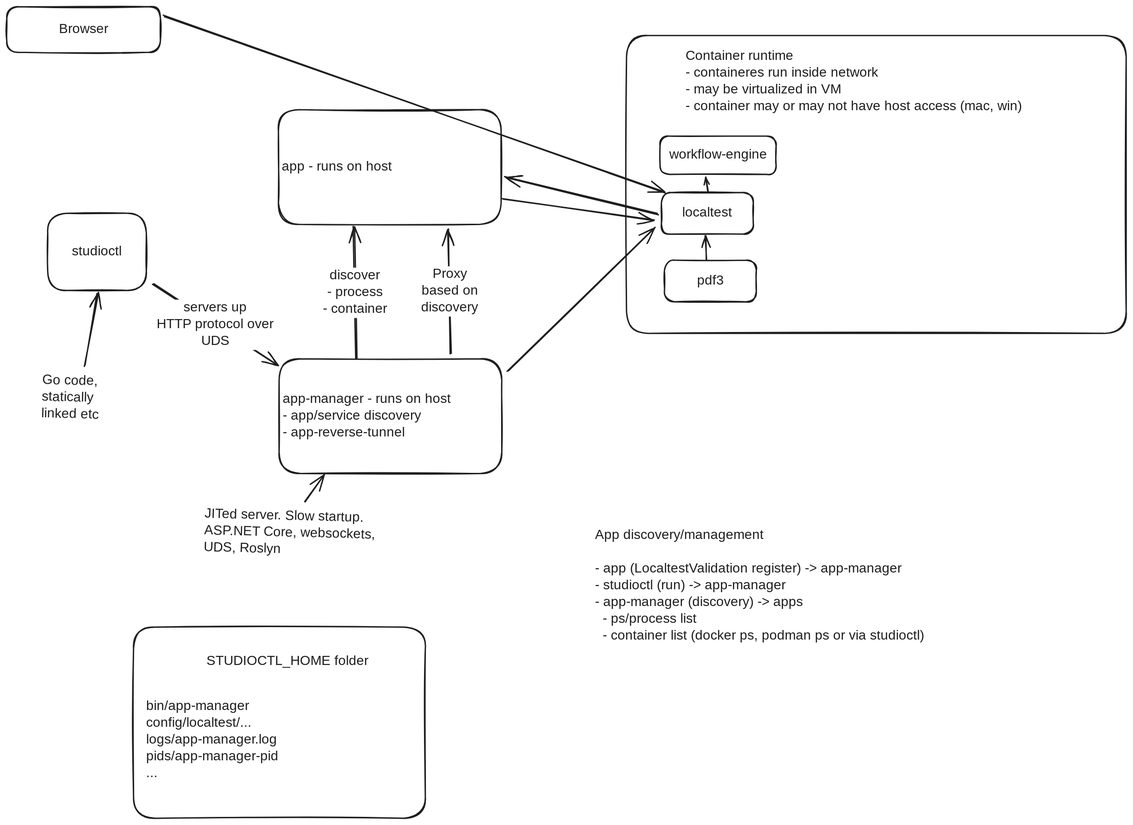
Altinn/altinn-studio keeps this Excalidraw diagram as docs/diagrams/studioctl.excalidraw.svg. Above is the earlier version. Source tidied: one line per element, renumbered; positions are measured from the earlier drawing's top-left corner, leaving out a move shared by most shapes.
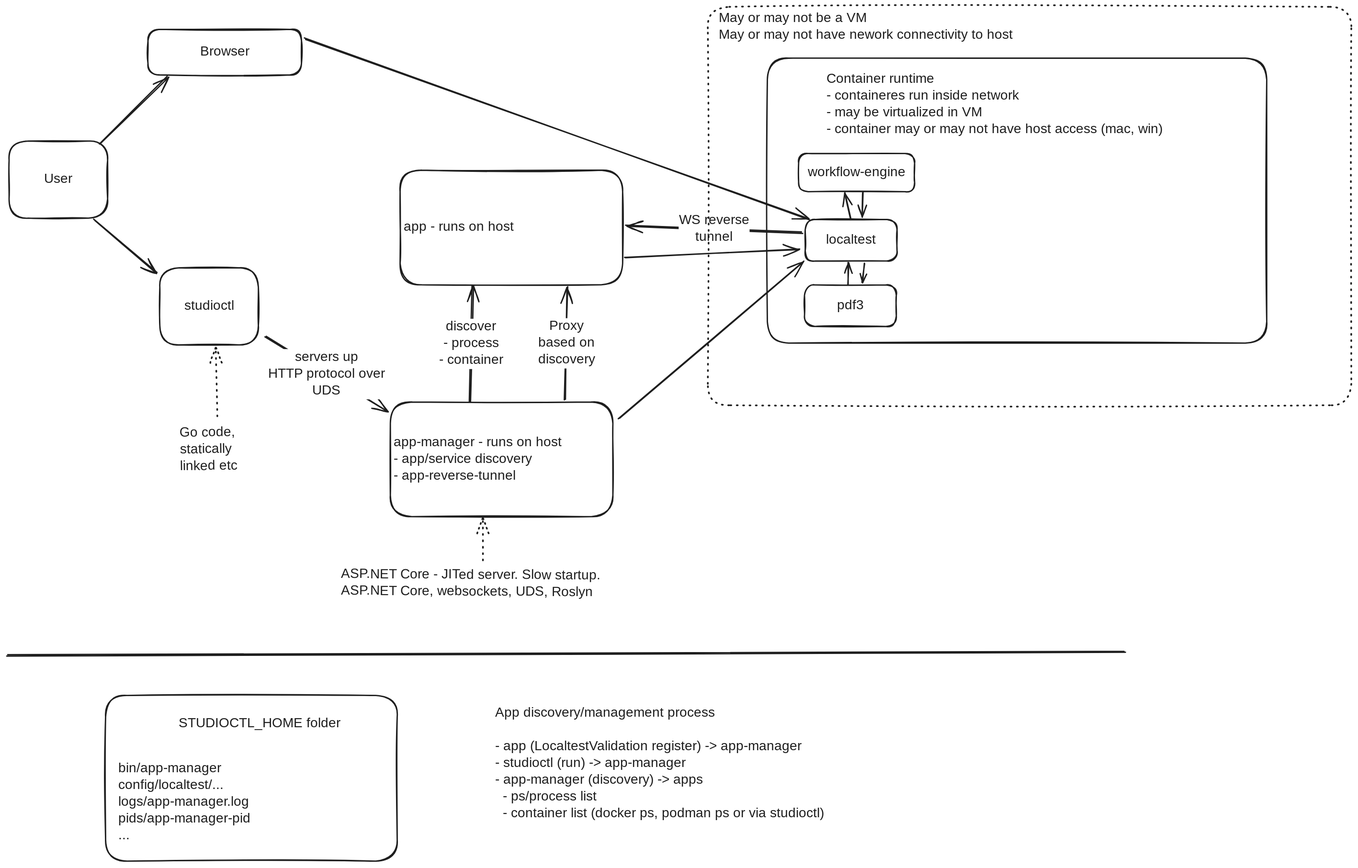
Later version of the same file.

Commit message:
update studioctl diagram

The edit, as a diff of the source:
```diff
@@ -1,36 +1,46 @@
+{"id": 36, "type": "rectangle", "strokeColor": "#1e1e1e", "strokeWidth": 2, "strokeStyle": "dotted", "roughness": 1, "round": true, "x": 835, "y": -34, "width": 960, "height": 594}
+{"id": 37, "type": "text", "text": "  May or may not be a VM\n  May or may not have nework connectivity to host", "strokeColor": "#1e1e1e", "strokeWidth": 2, "strokeStyle": "dotted", "roughness": 1, "fontSize": 20, "fontFamily": 5, "inside": 36, "x": 840, "y": -29, "width": 502, "height": 50}
-{"id": 0, "type": "rectangle", "strokeColor": "#1e1e1e", "strokeWidth": 2, "roughness": 1, "round": true, "x": 61, "y": 308, "width": 147, "height": 115}
+{"id": 0, "type": "rectangle", "strokeColor": "#1e1e1e", "strokeWidth": 2, "roughness": 1, "round": true, "x": 18, "y": 356, "width": 147, "height": 115}
-{"id": 1, "type": "text", "text": "studioctl", "strokeColor": "#1e1e1e", "strokeWidth": 2, "roughness": 1, "fontSize": 20, "fontFamily": 5, "textAlign": "center", "verticalAlign": "middle", "inside": 0, "x": 91, "y": 353, "width": 87, "height": 25}
+{"id": 1, "type": "text", "text": "studioctl", "strokeColor": "#1e1e1e", "strokeWidth": 2, "roughness": 1, "fontSize": 20, "fontFamily": 5, "textAlign": "center", "verticalAlign": "middle", "inside": 0, "x": 47, "y": 401, "width": 87, "height": 25}
-{"id": 2, "type": "rectangle", "strokeColor": "#1e1e1e", "strokeWidth": 2, "roughness": 1, "round": true, "x": 189, "y": 925, "width": 435, "height": 285}
+{"id": 2, "type": "rectangle", "strokeColor": "#1e1e1e", "strokeWidth": 2, "roughness": 1, "round": true, "x": -63, "y": 994, "width": 435, "height": 247}
-{"id": 3, "type": "text", "text": "STUDIOCTL_HOME folder", "strokeColor": "#1e1e1e", "strokeWidth": 2, "roughness": 1, "fontSize": 20, "fontFamily": 5, "x": 298, "y": 964, "width": 262, "height": 25}
+{"id": 3, "type": "text", "text": "STUDIOCTL_HOME folder", "strokeColor": "#1e1e1e", "strokeWidth": 2, "roughness": 1, "fontSize": 20, "fontFamily": 5, "x": 46, "y": 1024, "width": 262, "height": 25}
-{"id": 4, "type": "text", "text": "bin/app-manager\nconfig/localtest/...\nlogs/app-manager.log\npids/app-manager-pid\n...", "strokeColor": "#1e1e1e", "strokeWidth": 2, "roughness": 1, "fontSize": 20, "fontFamily": 5, "x": 208, "y": 1031, "width": 203, "height": 125}
+{"id": 4, "type": "text", "text": "bin/app-manager\nconfig/localtest/...\nlogs/app-manager.log\npids/app-manager-pid\n...", "strokeColor": "#1e1e1e", "strokeWidth": 2, "roughness": 1, "fontSize": 20, "fontFamily": 5, "x": -44, "y": 1091, "width": 203, "height": 125}
-{"id": 5, "type": "text", "text": "Go code,\nstatically\nlinked etc", "strokeColor": "#1e1e1e", "angle": 0.03, "strokeWidth": 2, "roughness": 1, "fontSize": 20, "fontFamily": 5, "x": 52, "y": 546, "width": 115, "height": 75}
+{"id": 5, "type": "text", "text": "Go code,\nstatically\nlinked etc", "strokeColor": "#1e1e1e", "angle": 6.27, "strokeWidth": 2, "roughness": 1, "fontSize": 20, "fontFamily": 5, "x": 48, "y": 589, "width": 115, "height": 75}
-{"id": 6, "type": "arrow", "strokeColor": "#1e1e1e", "strokeWidth": 2, "roughness": 1, "endArrowhead": "arrow", "round": true, "from": 5, "to": 0, "x": 116, "y": 535, "width": 19, "height": 108, "points": [[0, 0], [19, -108]]}
+{"id": 6, "type": "arrow", "strokeColor": "#1e1e1e", "strokeWidth": 2, "strokeStyle": "dotted", "roughness": 1, "endArrowhead": "arrow", "round": true, "from": 5, "to": 0, "x": 103, "y": 578, "width": 1, "height": 105, "points": [[0, 0], [-1, -105]]}
-{"id": 7, "type": "rectangle", "strokeColor": "#1e1e1e", "strokeWidth": 2, "roughness": 1, "round": true, "x": 406, "y": 525, "width": 332, "height": 171}
+{"id": 7, "type": "rectangle", "strokeColor": "#1e1e1e", "strokeWidth": 2, "roughness": 1, "round": true, "x": 362, "y": 556, "width": 332, "height": 171}
-{"id": 8, "type": "text", "text": "app-manager - runs on host\n- app/service discovery\n- app-reverse-tunnel", "strokeColor": "#1e1e1e", "strokeWidth": 2, "roughness": 1, "fontSize": 20, "fontFamily": 5, "verticalAlign": "middle", "inside": 7, "x": 411, "y": 573, "width": 267, "height": 75}
+{"id": 8, "type": "text", "text": "app-manager - runs on host\n- app/service discovery\n- app-reverse-tunnel", "strokeColor": "#1e1e1e", "strokeWidth": 2, "roughness": 1, "fontSize": 20, "fontFamily": 5, "verticalAlign": "middle", "inside": 7, "x": 367, "y": 604, "width": 267, "height": 75}
-{"id": 9, "type": "arrow", "strokeColor": "#1e1e1e", "strokeWidth": 2, "roughness": 1, "endArrowhead": "arrow", "round": true, "from": 0, "to": 7, "x": 218, "y": 414, "width": 186, "height": 121, "points": [[0, 0], [186, 121]]}
+{"id": 9, "type": "arrow", "strokeColor": "#1e1e1e", "strokeWidth": 2, "roughness": 1, "endArrowhead": "arrow", "round": true, "from": 0, "to": 7, "x": 175, "y": 459, "width": 182, "height": 112, "points": [[0, 0], [182, 112]]}
 {"id": 10, "type": "text", "text": "servers up\nHTTP protocol over\nUDS", "strokeColor": "#1e1e1e", "strokeWidth": 2, "roughness": 1, "fontSize": 20, "fontFamily": 5, "textAlign": "center", "verticalAlign": "middle", "inside": 9, "x": 198, "y": 442, "width": 198, "height": 75}
-{"id": 11, "type": "text", "text": "JITed server. Slow startup.\nASP.NET Core, websockets,\nUDS, Roslyn", "strokeColor": "#1e1e1e", "angle": 0.03, "strokeWidth": 2, "roughness": 1, "fontSize": 20, "fontFamily": 5, "x": 294, "y": 747, "width": 273, "height": 75}
+{"id": 11, "type": "text", "text": "ASP.NET Core - JITed server. Slow startup.\nASP.NET Core, websockets, UDS, Roslyn", "strokeColor": "#1e1e1e", "angle": 0.01, "strokeWidth": 2, "roughness": 1, "fontSize": 20, "fontFamily": 5, "x": 288, "y": 802, "width": 478, "height": 50}
-{"id": 12, "type": "arrow", "strokeColor": "#1e1e1e", "strokeWidth": 2, "roughness": 1, "endArrowhead": "arrow", "round": true, "from": 11, "to": 7, "x": 445, "y": 738, "width": 29, "height": 41, "points": [[0, 0], [29, -41]]}
+{"id": 12, "type": "arrow", "strokeColor": "#1e1e1e", "strokeWidth": 2, "strokeStyle": "dotted", "roughness": 1, "endArrowhead": "arrow", "round": true, "from": 11, "to": 7, "x": 500, "y": 793, "width": 0, "height": 64, "points": [[0, 0], [0, -64]]}
-{"id": 13, "type": "rectangle", "strokeColor": "#1e1e1e", "strokeWidth": 2, "roughness": 1, "round": true, "x": 924, "y": 43, "width": 745, "height": 444}
+{"id": 13, "type": "rectangle", "strokeColor": "#1e1e1e", "strokeWidth": 2, "roughness": 1, "round": true, "x": 924, "y": 43, "width": 745, "height": 425}
 {"id": 14, "type": "text", "text": "Container runtime\n- containeres run inside network\n- may be virtualized in VM\n- container may or may not have host access (mac, win)", "strokeColor": "#1e1e1e", "strokeWidth": 2, "roughness": 1, "fontSize": 20, "fontFamily": 5, "x": 1012, "y": 62, "width": 542, "height": 100}
-{"id": 15, "type": "rectangle", "strokeColor": "#1e1e1e", "strokeWidth": 2, "roughness": 1, "round": true, "x": 405, "y": 154, "width": 332, "height": 171}
+{"id": 15, "type": "rectangle", "strokeColor": "#1e1e1e", "strokeWidth": 2, "roughness": 1, "round": true, "x": 376, "y": 210, "width": 332, "height": 171}
-{"id": 16, "type": "text", "text": "app - runs on host", "strokeColor": "#1e1e1e", "strokeWidth": 2, "roughness": 1, "fontSize": 20, "fontFamily": 5, "verticalAlign": "middle", "inside": 15, "x": 410, "y": 226, "width": 182, "height": 25}
+{"id": 16, "type": "text", "text": "app - runs on host", "strokeColor": "#1e1e1e", "strokeWidth": 2, "roughness": 1, "fontSize": 20, "fontFamily": 5, "verticalAlign": "middle", "inside": 15, "x": 381, "y": 283, "width": 182, "height": 25}
-{"id": 17, "type": "rectangle", "strokeColor": "#1e1e1e", "strokeWidth": 2, "roughness": 1, "round": true, "x": 976, "y": 277, "width": 137, "height": 62}
+{"id": 17, "type": "rectangle", "strokeColor": "#1e1e1e", "strokeWidth": 2, "roughness": 1, "round": true, "x": 980, "y": 284, "width": 137, "height": 62}
-{"id": 18, "type": "text", "text": "localtest", "strokeColor": "#1e1e1e", "strokeWidth": 2, "roughness": 1, "fontSize": 20, "fontFamily": 5, "textAlign": "center", "verticalAlign": "middle", "inside": 17, "x": 1001, "y": 296, "width": 86, "height": 25}
+{"id": 18, "type": "text", "text": "localtest", "strokeColor": "#1e1e1e", "strokeWidth": 2, "roughness": 1, "fontSize": 20, "fontFamily": 5, "textAlign": "center", "verticalAlign": "middle", "inside": 17, "x": 1006, "y": 302, "width": 86, "height": 25}
-{"id": 19, "type": "rectangle", "strokeColor": "#1e1e1e", "strokeWidth": 2, "roughness": 1, "round": true, "x": 980, "y": 378, "width": 137, "height": 62}
+{"id": 19, "type": "rectangle", "strokeColor": "#1e1e1e", "strokeWidth": 2, "roughness": 1, "round": true, "x": 979, "y": 381, "width": 137, "height": 62}
-{"id": 20, "type": "text", "text": "pdf3", "strokeColor": "#1e1e1e", "strokeWidth": 2, "roughness": 1, "fontSize": 20, "fontFamily": 5, "textAlign": "center", "verticalAlign": "middle", "inside": 19, "x": 1027, "y": 396, "width": 45, "height": 25}
+{"id": 20, "type": "text", "text": "pdf3", "strokeColor": "#1e1e1e", "strokeWidth": 2, "roughness": 1, "fontSize": 20, "fontFamily": 5, "textAlign": "center", "verticalAlign": "middle", "inside": 19, "x": 1025, "y": 400, "width": 45, "height": 25}
-{"id": 21, "type": "arrow", "strokeColor": "#1e1e1e", "strokeWidth": 2, "roughness": 1, "endArrowhead": "arrow", "round": true, "from": 19, "to": 17, "x": 1043, "y": 378, "width": 2, "height": 36, "points": [[0, 0], [-2, -36]]}
+{"id": 21, "type": "arrow", "strokeColor": "#1e1e1e", "strokeWidth": 2, "roughness": 1, "endArrowhead": "arrow", "round": true, "from": 19, "to": 17, "x": 1044, "y": 381, "width": 0, "height": 33, "points": [[0, 0], [0, -33]]}
-{"id": 22, "type": "arrow", "strokeColor": "#1e1e1e", "strokeWidth": 2, "roughness": 1, "endArrowhead": "arrow", "round": true, "from": 17, "to": 15, "x": 971, "y": 309, "width": 227, "height": 55, "points": [[0, 0], [-227, -55]]}
+{"id": 22, "type": "arrow", "strokeColor": "#1e1e1e", "strokeWidth": 2, "roughness": 1, "endArrowhead": "arrow", "round": true, "from": 17, "to": 15, "x": 976, "y": 303, "width": 262, "height": 11, "points": [[0, 0], [-262, -11]]}
+{"id": 38, "type": "text", "text": "WS reverse\ntunnel", "strokeColor": "#1e1e1e", "strokeWidth": 2, "roughness": 1, "fontSize": 20, "fontFamily": 5, "textAlign": "center", "verticalAlign": "middle", "inside": 22, "x": 804, "y": 256, "width": 106, "height": 50}
 {"id": 23, "type": "rectangle", "strokeColor": "#1e1e1e", "strokeWidth": 2, "roughness": 1, "round": true, "x": 0, "y": 0, "width": 229, "height": 68}
 {"id": 24, "type": "text", "text": "Browser", "strokeColor": "#1e1e1e", "strokeWidth": 2, "roughness": 1, "fontSize": 20, "fontFamily": 5, "textAlign": "center", "verticalAlign": "middle", "inside": 23, "x": 75, "y": 22, "width": 79, "height": 25}
-{"id": 25, "type": "arrow", "strokeColor": "#1e1e1e", "strokeWidth": 2, "roughness": 1, "endArrowhead": "arrow", "round": true, "from": 23, "to": 17, "x": 234, "y": 13, "width": 748, "height": 264, "points": [[0, 0], [748, 264]]}
+{"id": 25, "type": "arrow", "strokeColor": "#1e1e1e", "strokeWidth": 2, "roughness": 1, "endArrowhead": "arrow", "round": true, "from": 23, "to": 17, "x": 234, "y": 13, "width": 753, "height": 270, "points": [[0, 0], [753, 270]]}
-{"id": 26, "type": "arrow", "strokeColor": "#1e1e1e", "strokeWidth": 2, "roughness": 1, "endArrowhead": "arrow", "round": true, "from": 7, "to": 15, "x": 521, "y": 525, "width": 3, "height": 196, "points": [[0, 0], [-3, -196]]}
+{"id": 26, "type": "arrow", "strokeColor": "#1e1e1e", "strokeWidth": 2, "roughness": 1, "endArrowhead": "arrow", "round": true, "from": 7, "to": 15, "x": 480, "y": 556, "width": 4, "height": 173, "points": [[0, 0], [4, -173]]}
 {"id": 27, "type": "text", "text": "discover\n- process\n- container", "strokeColor": "#1e1e1e", "strokeWidth": 2, "roughness": 1, "fontSize": 20, "fontFamily": 5, "textAlign": "center", "verticalAlign": "middle", "inside": 26, "x": 517, "y": 373, "width": 106, "height": 75}
-{"id": 28, "type": "arrow", "strokeColor": "#1e1e1e", "strokeWidth": 2, "roughness": 1, "endArrowhead": "arrow", "round": true, "from": 7, "to": 17, "x": 746, "y": 543, "width": 221, "height": 214, "points": [[0, 0], [221, -214]]}
+{"id": 28, "type": "arrow", "strokeColor": "#1e1e1e", "strokeWidth": 2, "roughness": 1, "endArrowhead": "arrow", "round": true, "from": 7, "to": 17, "x": 702, "y": 580, "width": 277, "height": 235, "points": [[0, 0], [277, -235]]}
-{"id": 29, "type": "arrow", "strokeColor": "#1e1e1e", "strokeWidth": 2, "roughness": 1, "endArrowhead": "arrow", "round": true, "from": 7, "to": 15, "x": 662, "y": 517, "width": 3, "height": 185, "points": [[0, 0], [-3, -185]]}
+{"id": 29, "type": "arrow", "strokeColor": "#1e1e1e", "strokeWidth": 2, "roughness": 1, "endArrowhead": "arrow", "round": true, "from": 7, "to": 15, "x": 622, "y": 552, "width": 5, "height": 168, "points": [[0, 0], [5, -168]]}
 {"id": 30, "type": "text", "text": "Proxy\nbased on\ndiscovery", "strokeColor": "#1e1e1e", "strokeWidth": 2, "roughness": 1, "fontSize": 20, "fontFamily": 5, "textAlign": "center", "verticalAlign": "middle", "inside": 29, "x": 616, "y": 387, "width": 90, "height": 75}
-{"id": 31, "type": "text", "text": "App discovery/management\n\n- app (LocaltestValidation register) -> app-manager\n- studioctl (run) -> app-manager\n- app-manager (discovery) -> apps\n  - ps/process list\n  - container list (docker ps, podman ps or via studioctl)", "strokeColor": "#1e1e1e", "strokeWidth": 2, "roughness": 1, "fontSize": 20, "fontFamily": 5, "x": 877, "y": 776, "width": 551, "height": 175}
+{"id": 31, "type": "text", "text": "App discovery/management process\n\n- app (LocaltestValidation register) -> app-manager\n- studioctl (run) -> app-manager\n- app-manager (discovery) -> apps\n  - ps/process list\n  - container list (docker ps, podman ps or via studioctl)", "strokeColor": "#1e1e1e", "strokeWidth": 2, "roughness": 1, "fontSize": 20, "fontFamily": 5, "x": 518, "y": 1008, "width": 551, "height": 175}
-{"id": 32, "type": "rectangle", "strokeColor": "#1e1e1e", "strokeWidth": 2, "roughness": 1, "round": true, "x": 974, "y": 193, "width": 173, "height": 57}
+{"id": 32, "type": "rectangle", "strokeColor": "#1e1e1e", "strokeWidth": 2, "roughness": 1, "round": true, "x": 971, "y": 185, "width": 173, "height": 57}
-{"id": 33, "type": "text", "text": "workflow-engine", "strokeColor": "#1e1e1e", "strokeWidth": 2, "roughness": 1, "fontSize": 20, "fontFamily": 5, "textAlign": "center", "verticalAlign": "middle", "inside": 32, "x": 985, "y": 209, "width": 152, "height": 25}
+{"id": 33, "type": "text", "text": "workflow-engine", "strokeColor": "#1e1e1e", "strokeWidth": 2, "roughness": 1, "fontSize": 20, "fontFamily": 5, "textAlign": "center", "verticalAlign": "middle", "inside": 32, "x": 981, "y": 201, "width": 152, "height": 25}
-{"id": 34, "type": "arrow", "strokeColor": "#1e1e1e", "strokeWidth": 2, "roughness": 1, "endArrowhead": "arrow", "round": true, "from": 15, "to": 17, "x": 740, "y": 286, "width": 225, "height": 33, "points": [[0, 0], [225, 33]]}
+{"id": 34, "type": "arrow", "strokeColor": "#1e1e1e", "strokeWidth": 2, "roughness": 1, "endArrowhead": "arrow", "round": true, "from": 15, "to": 17, "x": 712, "y": 340, "width": 259, "height": 11, "points": [[0, 0], [259, -11]]}
-{"id": 35, "type": "arrow", "strokeColor": "#1e1e1e", "strokeWidth": 2, "roughness": 1, "endArrowhead": "arrow", "round": true, "from": 17, "to": 32, "x": 1046, "y": 276, "width": 4, "height": 22, "points": [[0, 0], [-4, -22]]}
+{"id": 35, "type": "arrow", "strokeColor": "#1e1e1e", "strokeWidth": 2, "roughness": 1, "endArrowhead": "arrow", "round": true, "from": 17, "to": 32, "x": 1049, "y": 283, "width": 9, "height": 40, "points": [[0, 0], [-9, -40]]}
+{"id": 39, "type": "rectangle", "strokeColor": "#1e1e1e", "strokeWidth": 2, "roughness": 1, "round": true, "x": -207, "y": 167, "width": 147, "height": 115}
+{"id": 40, "type": "text", "text": "User", "strokeColor": "#1e1e1e", "strokeWidth": 2, "roughness": 1, "fontSize": 20, "fontFamily": 5, "textAlign": "center", "verticalAlign": "middle", "inside": 39, "x": -156, "y": 212, "width": 44, "height": 25}
+{"id": 41, "type": "arrow", "strokeColor": "#1e1e1e", "strokeWidth": 2, "roughness": 1, "endArrowhead": "arrow", "round": true, "from": 39, "to": 23, "x": -72, "y": 171, "width": 101, "height": 101, "points": [[0, 0], [101, -101]]}
+{"id": 42, "type": "arrow", "strokeColor": "#1e1e1e", "strokeWidth": 2, "roughness": 1, "endArrowhead": "arrow", "round": true, "from": 39, "to": 0, "x": -80, "y": 284, "width": 93, "height": 79, "points": [[0, 0], [93, 79]]}
+{"id": 43, "type": "arrow", "strokeColor": "#1e1e1e", "strokeWidth": 2, "roughness": 1, "endArrowhead": "arrow", "round": true, "from": 32, "to": 17, "x": 1067, "y": 243, "width": 2, "height": 37, "points": [[0, 0], [-2, 37]]}
+{"id": 44, "type": "arrow", "strokeColor": "#1e1e1e", "strokeWidth": 2, "roughness": 1, "endArrowhead": "arrow", "round": true, "from": 17, "to": 19, "x": 1069, "y": 350, "width": 3, "height": 28, "points": [[0, 0], [-3, 28]]}
+{"id": 45, "type": "line", "strokeColor": "#1e1e1e", "strokeWidth": 2, "roughness": 1, "round": true, "x": -209, "y": 934, "width": 1667, "height": 6, "points": [[0, 0], [1667, -6]]}
```
